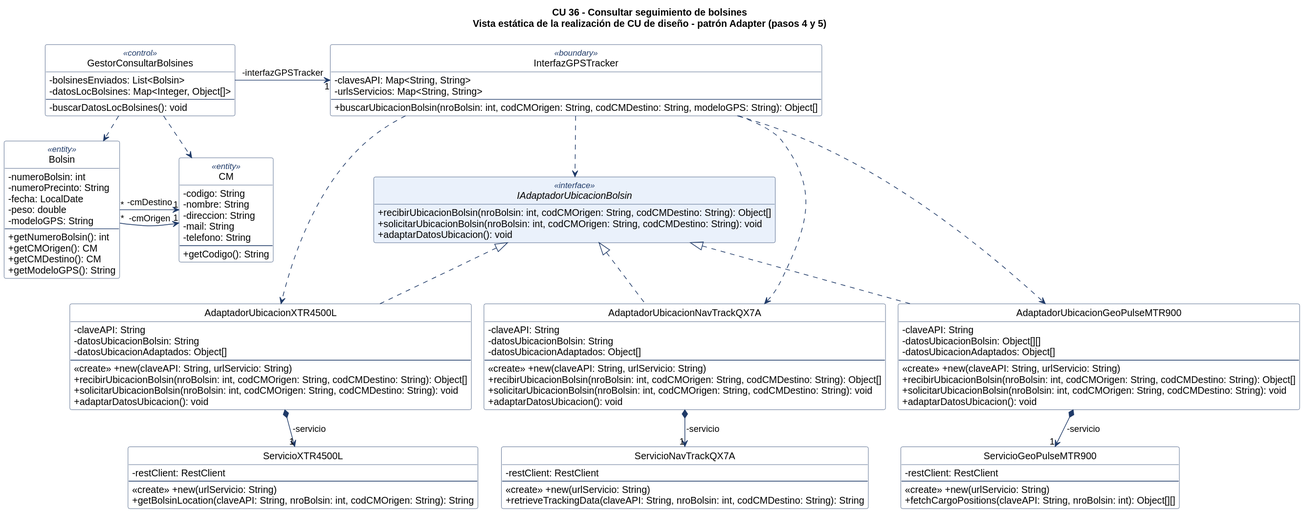
LucianoCipolla/PPAI-BOLSIN-DSI-2026 keeps this PlantUML diagram as docs/diagramas/diagrama-clases-adapter.svg. Above is the earlier version.
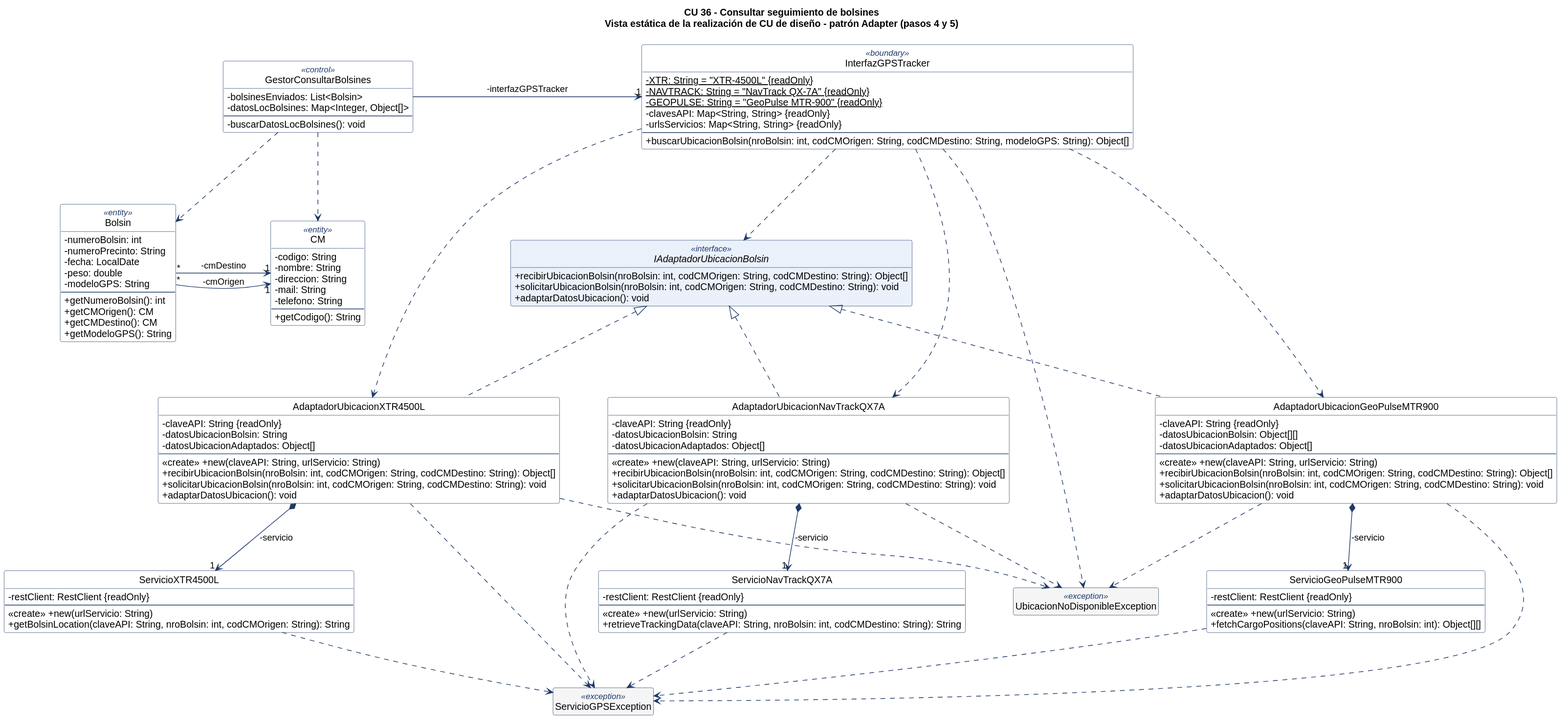
The same file after the commit.

Diff of the diagram source:
```diff
@@ -15,6 +15,9 @@
 }
 skinparam class<<interface>> {
   BackgroundColor #EAF1FB
+}
+skinparam class<<exception>> {
+  BackgroundColor #F5F5F5
 }
 hide empty members
 hide circle
@@ -52,8 +55,11 @@
 }
 
 class InterfazGPSTracker <<boundary>> {
-  -clavesAPI: Map<String, String>
-  -urlsServicios: Map<String, String>
+  -{static} XTR: String = "XTR-4500L" {readOnly}
+  -{static} NAVTRACK: String = "NavTrack QX-7A" {readOnly}
+  -{static} GEOPULSE: String = "GeoPulse MTR-900" {readOnly}
+  -clavesAPI: Map<String, String> {readOnly}
+  -urlsServicios: Map<String, String> {readOnly}
   --
   +buscarUbicacionBolsin(nroBolsin: int, codCMOrigen: String, codCMDestino: String, modeloGPS: String): Object[]
 }
@@ -65,7 +71,7 @@
 }
 
 class AdaptadorUbicacionXTR4500L {
-  -claveAPI: String
+  -claveAPI: String {readOnly}
   -datosUbicacionBolsin: String
   -datosUbicacionAdaptados: Object[]
   --
@@ -76,7 +82,7 @@
 }
 
 class AdaptadorUbicacionNavTrackQX7A {
-  -claveAPI: String
+  -claveAPI: String {readOnly}
   -datosUbicacionBolsin: String
   -datosUbicacionAdaptados: Object[]
   --
@@ -87,7 +93,7 @@
 }
 
 class AdaptadorUbicacionGeoPulseMTR900 {
-  -claveAPI: String
+  -claveAPI: String {readOnly}
   -datosUbicacionBolsin: Object[][]
   -datosUbicacionAdaptados: Object[]
   --
@@ -98,21 +104,21 @@
 }
 
 class ServicioXTR4500L {
-  -restClient: RestClient
+  -restClient: RestClient {readOnly}
   --
   <<create>> +new(urlServicio: String)
   +getBolsinLocation(claveAPI: String, nroBolsin: int, codCMOrigen: String): String
 }
 
 class ServicioNavTrackQX7A {
-  -restClient: RestClient
+  -restClient: RestClient {readOnly}
   --
   <<create>> +new(urlServicio: String)
   +retrieveTrackingData(claveAPI: String, nroBolsin: int, codCMDestino: String): String
 }
 
 class ServicioGeoPulseMTR900 {
-  -restClient: RestClient
+  -restClient: RestClient {readOnly}
   --
   <<create>> +new(urlServicio: String)
   +fetchCargoPositions(claveAPI: String, nroBolsin: int): Object[][]
@@ -140,4 +146,17 @@
 AdaptadorUbicacionGeoPulseMTR900 *-down-> "1" ServicioGeoPulseMTR900 : -servicio
 ServicioXTR4500L -[hidden]right- ServicioNavTrackQX7A
 ServicioNavTrackQX7A -[hidden]right- ServicioGeoPulseMTR900
+
+class UbicacionNoDisponibleException <<exception>>
+class ServicioGPSException <<exception>>
+InterfazGPSTracker ..> UbicacionNoDisponibleException
+AdaptadorUbicacionXTR4500L ..> UbicacionNoDisponibleException
+AdaptadorUbicacionNavTrackQX7A ..> UbicacionNoDisponibleException
+AdaptadorUbicacionGeoPulseMTR900 ..> UbicacionNoDisponibleException
+AdaptadorUbicacionXTR4500L ..> ServicioGPSException
+AdaptadorUbicacionNavTrackQX7A ..> ServicioGPSException
+AdaptadorUbicacionGeoPulseMTR900 ..> ServicioGPSException
+ServicioXTR4500L ..> ServicioGPSException
+ServicioNavTrackQX7A ..> ServicioGPSException
+ServicioGeoPulseMTR900 ..> ServicioGPSException
 @enduml
```
